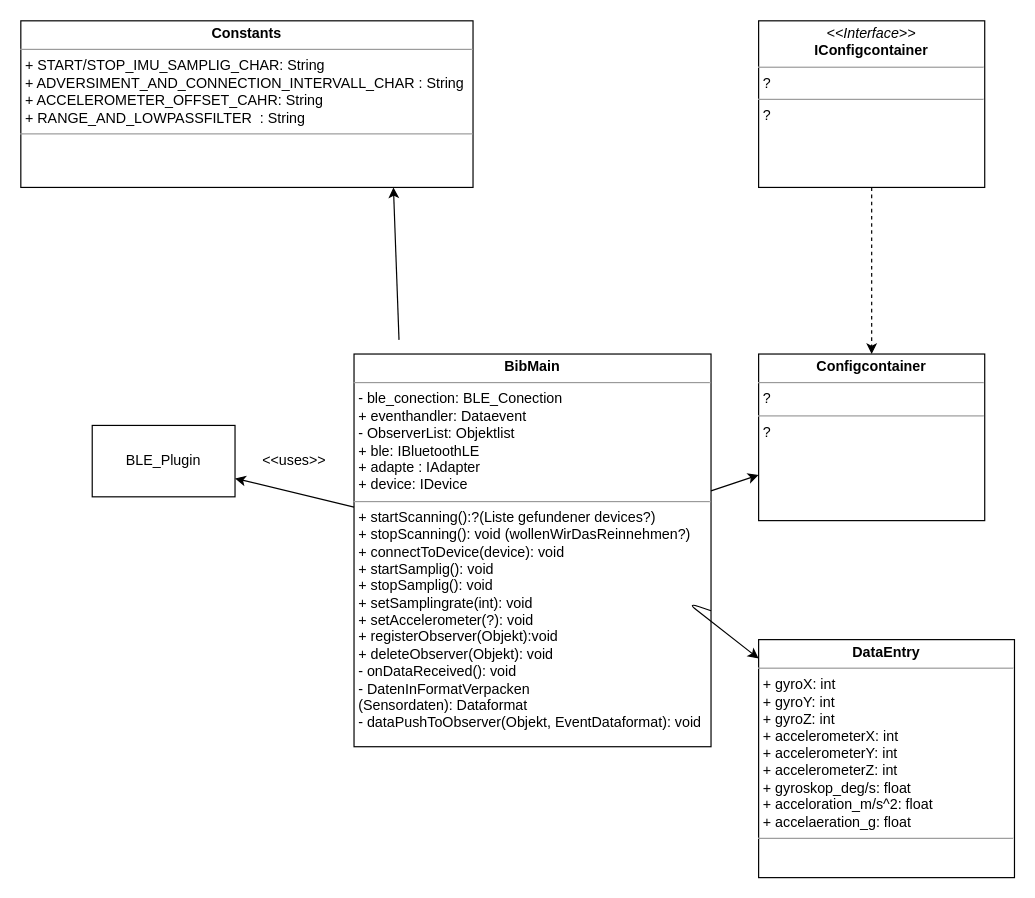
The draw.io diagram Entwurf/BibPackage_V1.0.drawio in vlle1/dokumente-earablesKIT, before the edit. Source tidied: cells renumbered, new cells numbered last; positions are measured from the earlier drawing's top-left corner, leaving out a move shared by most shapes. Both pictures are drawn from the tidied source at 119%, with x=0, y=0 at pixel (20, 20).
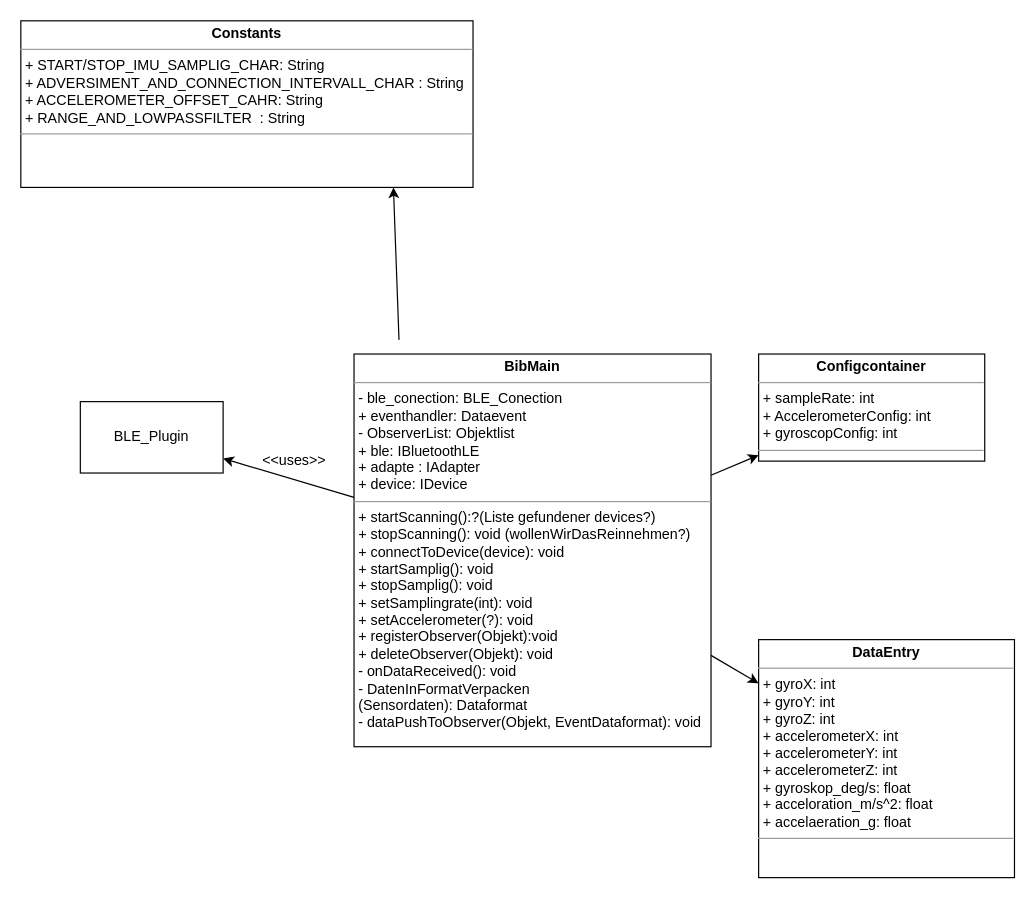
After the change.

Commit message:
BibPackage ein wenig angepasst

The edit, as a diff of the source:
```diff
@@
 <mxGraphModel background="#ffffff">
   <root>
     <mxCell id="0" />
     <mxCell id="1" parent="0" />
     <mxCell id="2" value="&lt;p style=&quot;margin: 0px ; margin-top: 4px ; text-align: center&quot;&gt;&lt;b&gt;BibMain&lt;/b&gt;&lt;/p&gt;&lt;hr size=&quot;1&quot;&gt;&lt;p style=&quot;margin: 0px ; margin-left: 4px&quot;&gt;- ble_conection: BLE_Conection&lt;/p&gt;&lt;p style=&quot;margin: 0px ; margin-left: 4px&quot;&gt;+ eventhandler: Dataevent&lt;/p&gt;&lt;p style=&quot;margin: 0px ; margin-left: 4px&quot;&gt;- ObserverList: Objektlist&lt;/p&gt;&lt;p style=&quot;margin: 0px 0px 0px 4px&quot;&gt;+ ble: IBluetoothLE&lt;/p&gt;&lt;p style=&quot;margin: 0px 0px 0px 4px&quot;&gt;+ adapte : IAdapter&lt;/p&gt;&lt;p style=&quot;margin: 0px 0px 0px 4px&quot;&gt;+ device: IDevice&lt;/p&gt;&lt;hr size=&quot;1&quot;&gt;&lt;p style=&quot;margin: 0px 0px 0px 4px&quot;&gt;+ startScanning():?(Liste gefundener devices?)&lt;/p&gt;&lt;p style=&quot;margin: 0px 0px 0px 4px&quot;&gt;+ stopScanning(): void (wollenWirDasReinnehmen?)&lt;/p&gt;&lt;p style=&quot;margin: 0px 0px 0px 4px&quot;&gt;+ connectToDevice(device): void&amp;nbsp;&lt;/p&gt;&lt;p style=&quot;margin: 0px ; margin-left: 4px&quot;&gt;+ startSamplig(): void&lt;/p&gt;&lt;p style=&quot;margin: 0px ; margin-left: 4px&quot;&gt;+ stopSamplig(): void&lt;/p&gt;&lt;p style=&quot;margin: 0px ; margin-left: 4px&quot;&gt;+ setSamplingrate(int): void&lt;/p&gt;&lt;p style=&quot;margin: 0px ; margin-left: 4px&quot;&gt;+ setAccelerometer(?): void&lt;/p&gt;&lt;p style=&quot;margin: 0px ; margin-left: 4px&quot;&gt;+ registerObserver(Objekt):void&lt;/p&gt;&lt;p style=&quot;margin: 0px ; margin-left: 4px&quot;&gt;+ deleteObserver(Objekt): void&lt;/p&gt;&lt;p style=&quot;margin: 0px ; margin-left: 4px&quot;&gt;- onDataReceived(): void&lt;/p&gt;&lt;p style=&quot;margin: 0px 0px 0px 4px&quot;&gt;- DatenInFormatVerpacken&lt;/p&gt;&lt;p style=&quot;margin: 0px 0px 0px 4px&quot;&gt;(Sensordaten): Dataformat&lt;/p&gt;&lt;p style=&quot;margin: 0px ; margin-left: 4px&quot;&gt;- dataPushToObserver(Objekt, EventDataformat): void&lt;/p&gt;&lt;p style=&quot;margin: 0px ; margin-left: 4px&quot;&gt;&lt;br&gt;&lt;/p&gt;&lt;p style=&quot;margin: 0px ; margin-left: 4px&quot;&gt;&amp;nbsp;&lt;/p&gt;" style="verticalAlign=top;align=left;overflow=fill;fontSize=12;fontFamily=Helvetica;html=1;rounded=0;shadow=0;comic=0;labelBackgroundColor=none;strokeWidth=1;" parent="1" vertex="1">
       <mxGeometry x="280" y="280" width="300" height="330" as="geometry" />
     </mxCell>
     <mxCell id="3" value="&lt;p style=&quot;margin: 0px ; margin-top: 4px ; text-align: center&quot;&gt;&lt;b&gt;Constants&lt;/b&gt;&lt;/p&gt;&lt;hr size=&quot;1&quot;&gt;&lt;p style=&quot;margin: 0px ; margin-left: 4px&quot;&gt;+ START/STOP_IMU_SAMPLIG_CHAR: String&lt;/p&gt;&lt;p style=&quot;margin: 0px ; margin-left: 4px&quot;&gt;+ ADVERSIMENT_AND_CONNECTION_INTERVALL_CHAR : String&lt;/p&gt;&lt;p style=&quot;margin: 0px ; margin-left: 4px&quot;&gt;+ ACCELEROMETER_OFFSET_CAHR: String&lt;br&gt;&lt;/p&gt;&lt;p style=&quot;margin: 0px ; margin-left: 4px&quot;&gt;+ RANGE_AND_LOWPASSFILTER&amp;nbsp; : String&lt;/p&gt;&lt;hr size=&quot;1&quot;&gt;&lt;p style=&quot;margin: 0px ; margin-left: 4px&quot;&gt;&lt;br&gt;&lt;/p&gt;" style="verticalAlign=top;align=left;overflow=fill;fontSize=12;fontFamily=Helvetica;html=1;rounded=0;shadow=0;comic=0;labelBackgroundColor=none;strokeWidth=1;" parent="1" vertex="1">
       <mxGeometry width="380" height="140" as="geometry" />
     </mxCell>
     <mxCell id="4" value="&lt;p style=&quot;margin: 0px ; margin-top: 4px ; text-align: center&quot;&gt;&lt;b&gt;DataEntry&lt;/b&gt;&lt;/p&gt;&lt;hr size=&quot;1&quot;&gt;&lt;p style=&quot;margin: 0px ; margin-left: 4px&quot;&gt;+ gyroX: int&lt;br&gt;&lt;/p&gt;&lt;p style=&quot;margin: 0px ; margin-left: 4px&quot;&gt;+ gyroY: int&lt;br&gt;&lt;/p&gt;&lt;p style=&quot;margin: 0px ; margin-left: 4px&quot;&gt;+ gyroZ: int&lt;br&gt;&lt;/p&gt;&lt;p style=&quot;margin: 0px ; margin-left: 4px&quot;&gt;+ accelerometerX: int&lt;/p&gt;&lt;p style=&quot;margin: 0px ; margin-left: 4px&quot;&gt;+ accelerometerY: int&lt;br&gt;&lt;/p&gt;&lt;p style=&quot;margin: 0px ; margin-left: 4px&quot;&gt;+ accelerometerZ: int&lt;br&gt;&lt;/p&gt;&lt;p style=&quot;margin: 0px ; margin-left: 4px&quot;&gt;+ gyroskop_deg/s: float&lt;/p&gt;&lt;p style=&quot;margin: 0px ; margin-left: 4px&quot;&gt;+ acceloration_m/s^2: float&lt;/p&gt;&lt;p style=&quot;margin: 0px ; margin-left: 4px&quot;&gt;+ accelaeration_g: float&lt;/p&gt;&lt;hr size=&quot;1&quot;&gt;&lt;p style=&quot;margin: 0px ; margin-left: 4px&quot;&gt;&lt;br&gt;&lt;/p&gt;" style="verticalAlign=top;align=left;overflow=fill;fontSize=12;fontFamily=Helvetica;html=1;rounded=0;shadow=0;comic=0;labelBackgroundColor=none;strokeWidth=1;" parent="1" vertex="1">
       <mxGeometry x="620" y="520" width="215" height="200" as="geometry" />
     </mxCell>
-    <mxCell id="5" value="&lt;p style=&quot;margin: 0px ; margin-top: 4px ; text-align: center&quot;&gt;&lt;i&gt;&amp;lt;&amp;lt;Interface&amp;gt;&amp;gt;&lt;/i&gt;&lt;br&gt;&lt;b&gt;IConfigcontainer&lt;/b&gt;&lt;/p&gt;&lt;hr size=&quot;1&quot;&gt;&lt;p style=&quot;margin: 0px ; margin-left: 4px&quot;&gt;?&lt;/p&gt;&lt;hr size=&quot;1&quot;&gt;&lt;p style=&quot;margin: 0px ; margin-left: 4px&quot;&gt;?&lt;/p&gt;" style="verticalAlign=top;align=left;overflow=fill;fontSize=12;fontFamily=Helvetica;html=1;rounded=0;shadow=0;comic=0;labelBackgroundColor=none;strokeWidth=1;" parent="1" vertex="1">
-      <mxGeometry x="620" width="190" height="140" as="geometry" />
-    </mxCell>
-    <mxCell id="6" value="&lt;p style=&quot;margin: 0px ; margin-top: 4px ; text-align: center&quot;&gt;&lt;b&gt;Configcontainer&lt;/b&gt;&lt;/p&gt;&lt;hr size=&quot;1&quot;&gt;&lt;p style=&quot;margin: 0px ; margin-left: 4px&quot;&gt;?&lt;/p&gt;&lt;hr size=&quot;1&quot;&gt;&lt;p style=&quot;margin: 0px ; margin-left: 4px&quot;&gt;?&lt;/p&gt;" style="verticalAlign=top;align=left;overflow=fill;fontSize=12;fontFamily=Helvetica;html=1;rounded=0;shadow=0;comic=0;labelBackgroundColor=none;strokeWidth=1;" parent="1" vertex="1">
-      <mxGeometry x="620" y="280" width="190" height="140" as="geometry" />
+    <mxCell id="6" value="&lt;p style=&quot;margin: 0px ; margin-top: 4px ; text-align: center&quot;&gt;&lt;b&gt;Configcontainer&lt;/b&gt;&lt;/p&gt;&lt;hr size=&quot;1&quot;&gt;&lt;p style=&quot;margin: 0px ; margin-left: 4px&quot;&gt;+ sampleRate: int&lt;/p&gt;&lt;p style=&quot;margin: 0px ; margin-left: 4px&quot;&gt;+ AccelerometerConfig: int&lt;/p&gt;&lt;p style=&quot;margin: 0px ; margin-left: 4px&quot;&gt;+ gyroscopConfig: int&lt;/p&gt;&lt;hr size=&quot;1&quot;&gt;&lt;p style=&quot;margin: 0px ; margin-left: 4px&quot;&gt;&lt;br&gt;&lt;/p&gt;" style="verticalAlign=top;align=left;overflow=fill;fontSize=12;fontFamily=Helvetica;html=1;rounded=0;shadow=0;comic=0;labelBackgroundColor=none;strokeWidth=1;" parent="1" vertex="1">
+      <mxGeometry x="620" y="280" width="190" height="90" as="geometry" />
     </mxCell>
-    <mxCell id="7" style="endArrow=classic;html=1;jumpStyle=none;startArrow=none;startFill=0;dashed=1;" parent="1" edge="1" source="5" target="6">
-      <mxGeometry relative="1" as="geometry" />
-    </mxCell>
     <mxCell id="8" value="&amp;lt;&amp;lt;uses&amp;gt;&amp;gt;" style="text;html=1;strokeColor=none;fillColor=none;align=center;verticalAlign=middle;whiteSpace=wrap;rounded=0;" parent="1" vertex="1">
       <mxGeometry x="210" y="360" width="40" height="20" as="geometry" />
     </mxCell>
     <mxCell id="9" style="endArrow=classic;html=1;entryX=0.824;entryY=1;entryDx=0;entryDy=0;entryPerimeter=0;exitX=0.126;exitY=-0.036;exitDx=0;exitDy=0;exitPerimeter=0;" parent="1" edge="1" source="2" target="3">
       <mxGeometry relative="1" as="geometry" />
     </mxCell>
     <mxCell id="10" style="endArrow=classic;html=1;" parent="1" edge="1" source="2" target="6">
       <mxGeometry relative="1" as="geometry" />
     </mxCell>
     <mxCell id="11" style="endArrow=classic;html=1;" parent="1" edge="1" source="2" target="13">
       <mxGeometry relative="1" as="geometry" />
     </mxCell>
+    <mxCell id="13" value="BLE_Plugin" style="rounded=0;whiteSpace=wrap;html=1;" parent="1" vertex="1">
+      <mxGeometry x="50" y="320" width="120" height="60" as="geometry" />
+    </mxCell>
     <mxCell id="12" style="endArrow=classic;html=1;" parent="1" edge="1" source="2" target="4">
-      <mxGeometry relative="1" as="geometry">
-        <Array as="points">
-          <mxPoint x="560" y="489" />
-        </Array>
-      </mxGeometry>
+      <mxGeometry relative="1" as="geometry" />
     </mxCell>
-    <mxCell id="13" value="BLE_Plugin" style="rounded=0;whiteSpace=wrap;html=1;" parent="1" vertex="1">
-      <mxGeometry x="60" y="340" width="120" height="60" as="geometry" />
-    </mxCell>
   </root>
 </mxGraphModel>
```
